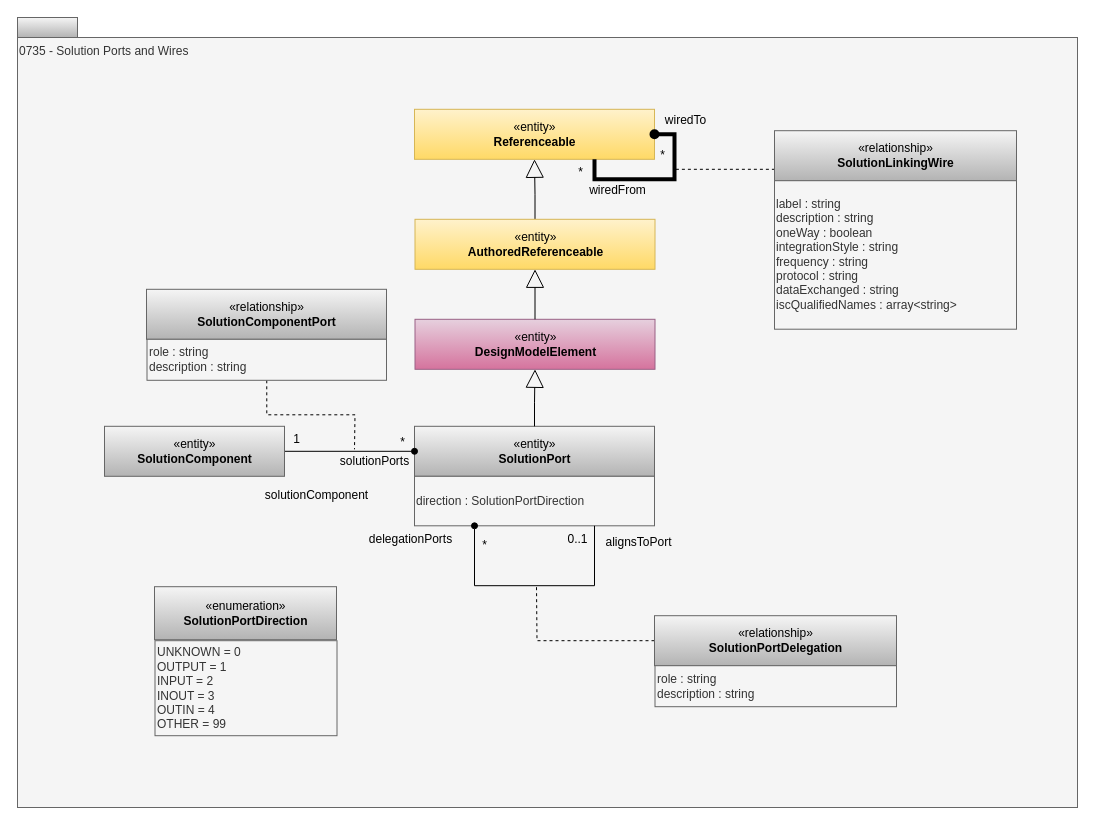
Earlier version of the draw.io diagram page "0735-Solution-Ports-and-Wires" (11 of 20) of site/docs/types/7/area-7-lineage.drawio (odpi/egeria-docs). Source tidied: cells renumbered, new cells numbered last; positions are measured from the earlier drawing's top-left corner, leaving out a move shared by most shapes. Both pictures are drawn from the tidied source at 100%, with x=0, y=0 at pixel (17, 17).
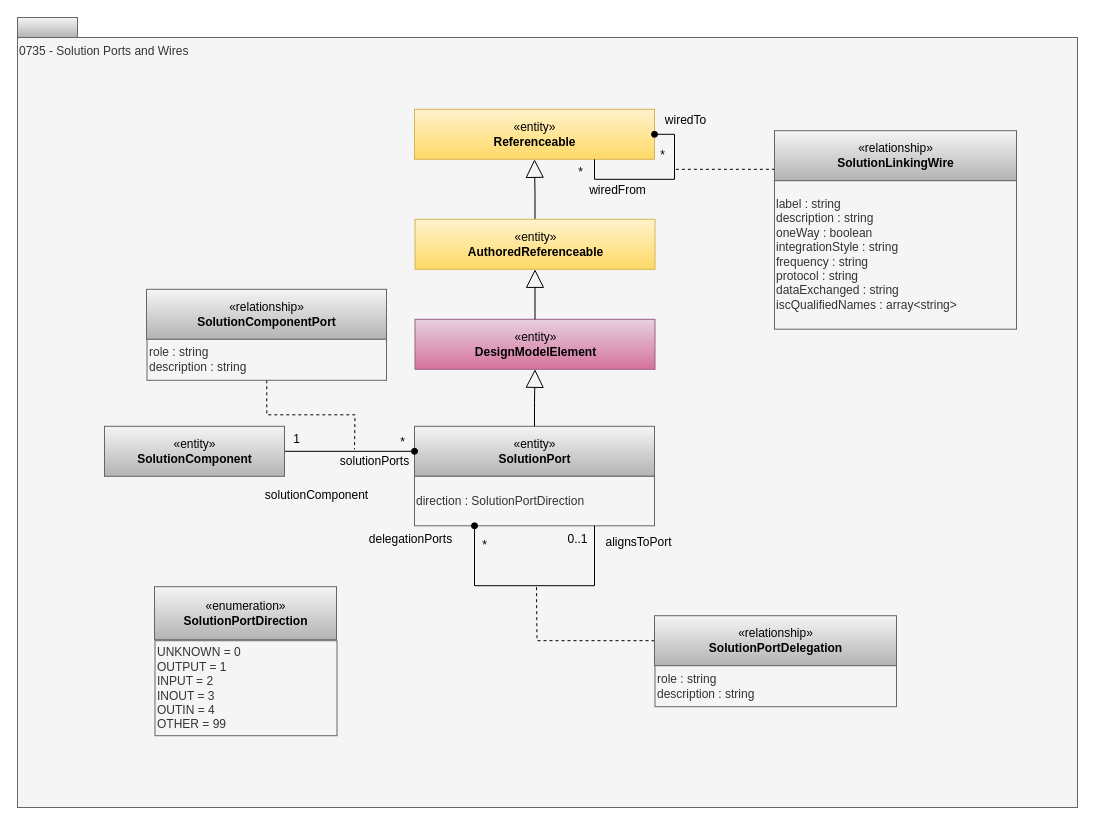
The same diagram, later.

The change refers to these unchanged cells:
```xml
<mxCell id="4" value="«entity»&lt;br&gt;&lt;b&gt;Referenceable&lt;/b&gt;" style="html=1;strokeColor=#d6b656;align=center;fillColor=#fff2cc;gradientColor=#ffd966;" parent="1" vertex="1">
  <mxGeometry x="397" y="91.8" width="240" height="50" as="geometry" />
</mxCell>
```

Diff of the diagram source:
```diff
@@
-    <mxCell id="10" style="edgeStyle=orthogonalEdgeStyle;rounded=0;html=1;exitX=0.75;exitY=1;entryX=1;entryY=0.5;endArrow=oval;endFill=1;jettySize=auto;orthogonalLoop=1;entryDx=0;entryDy=0;exitDx=0;exitDy=0;strokeWidth=4;" parent="1" edge="1" source="4" target="4">
+    <mxCell id="10" style="edgeStyle=orthogonalEdgeStyle;rounded=0;html=1;exitX=0.75;exitY=1;entryX=1;entryY=0.5;endArrow=oval;endFill=1;jettySize=auto;orthogonalLoop=1;entryDx=0;entryDy=0;exitDx=0;exitDy=0;strokeWidth=1;" parent="1" edge="1" source="4" target="4">
       <mxGeometry relative="1" as="geometry" />
     </mxCell>
```
